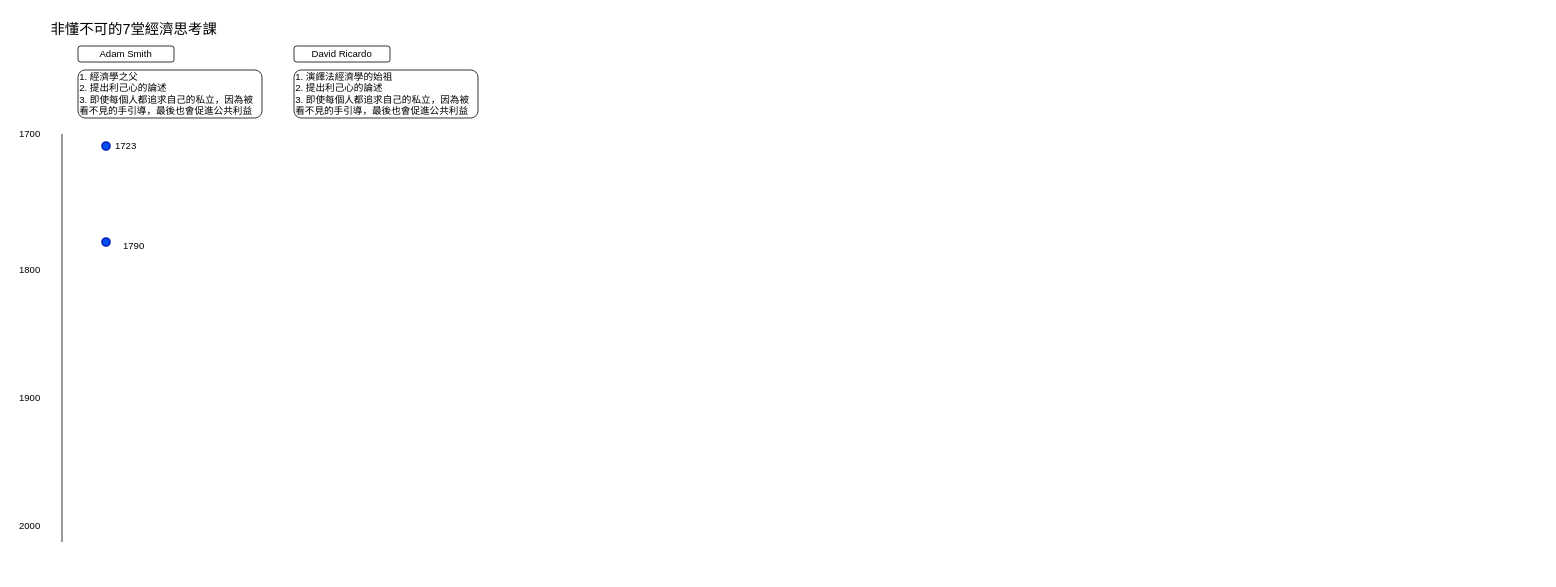
This is 非懂不可的7堂經濟思考課.drawio from nelsonchung/books, a draw.io file, before an edit. Source tidied: cells renumbered, new cells numbered last; positions are measured from the earlier drawing's top-left corner, leaving out a move shared by most shapes. Both pictures are drawn from the tidied source at 80%, with x=0, y=0 at pixel (14, 14).
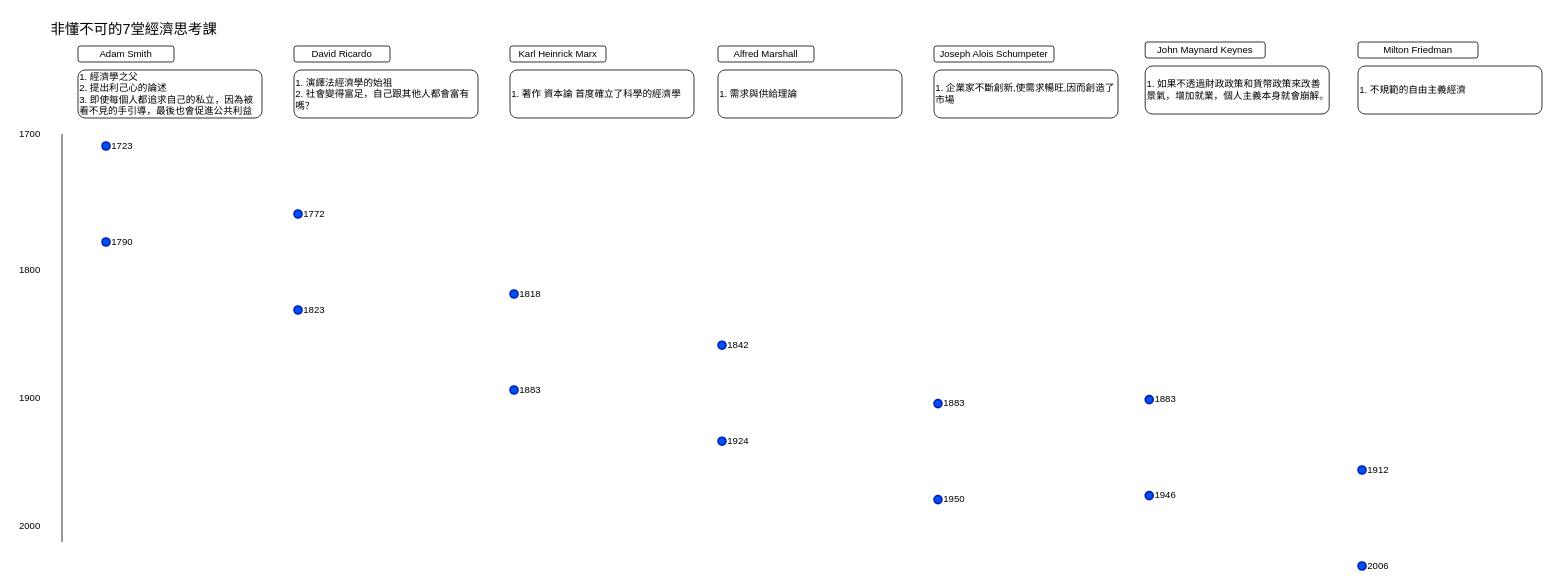
The same page after the edit.

Commit message:
已新增非懂不可的7堂經濟思考課.drawio

Diff of the diagram source:
```diff
@@
-    <mxCell id="11" value="1723" style="text;html=1;strokeColor=none;fillColor=none;align=center;verticalAlign=middle;whiteSpace=wrap;rounded=0;" parent="1" vertex="1">
+    <mxCell id="11" value="1723" style="text;html=1;strokeColor=none;fillColor=none;align=left;verticalAlign=middle;whiteSpace=wrap;rounded=0;" parent="1" vertex="1">
       <mxGeometry x="120" y="155" width="40" height="20" as="geometry" />
     </mxCell>
-    <mxCell id="12" value="1790" style="text;html=1;strokeColor=none;fillColor=none;align=center;verticalAlign=middle;whiteSpace=wrap;rounded=0;" parent="1" vertex="1">
-      <mxGeometry x="130" y="280" width="40" height="20" as="geometry" />
+    <mxCell id="12" value="1790" style="text;html=1;strokeColor=none;fillColor=none;align=left;verticalAlign=middle;whiteSpace=wrap;rounded=0;" parent="1" vertex="1">
+      <mxGeometry x="120" y="275" width="40" height="20" as="geometry" />
     </mxCell>
@@
-    <mxCell id="15" value="1. 演繹法經濟學的始祖&lt;br&gt;2. 提出利己心的論述&lt;br&gt;3. 即使每個人都追求自己的私立，因為被看不見的手引導，最後也會促進公共利益" style="rounded=1;whiteSpace=wrap;html=1;align=left;" parent="1" vertex="1">
+    <mxCell id="15" value="1. 演繹法經濟學的始祖&lt;br&gt;2. 社會變得富足，自己跟其他人都會富有嗎？" style="rounded=1;whiteSpace=wrap;html=1;align=left;" parent="1" vertex="1">
       <mxGeometry x="350" y="70" width="230" height="60" as="geometry" />
     </mxCell>
+    <mxCell id="16" style="strokeWidth=2;html=1;shape=mxgraph.flowchart.start_2;whiteSpace=wrap;fillColor=#0050ef;strokeColor=#001DBC;fontColor=#ffffff;" parent="1" vertex="1">
+      <mxGeometry x="350" y="245" width="10" height="10" as="geometry" />
+    </mxCell>
+    <mxCell id="17" style="strokeWidth=2;html=1;shape=mxgraph.flowchart.start_2;whiteSpace=wrap;fillColor=#0050ef;strokeColor=#001DBC;fontColor=#ffffff;" parent="1" vertex="1">
+      <mxGeometry x="350" y="365" width="10" height="10" as="geometry" />
+    </mxCell>
+    <mxCell id="18" value="1772" style="text;html=1;strokeColor=none;fillColor=none;align=left;verticalAlign=middle;whiteSpace=wrap;rounded=0;" parent="1" vertex="1">
+      <mxGeometry x="360" y="240" width="40" height="20" as="geometry" />
+    </mxCell>
+    <mxCell id="19" value="1823" style="text;html=1;strokeColor=none;fillColor=none;align=left;verticalAlign=middle;whiteSpace=wrap;rounded=0;" parent="1" vertex="1">
+      <mxGeometry x="360" y="360" width="40" height="20" as="geometry" />
+    </mxCell>
+    <mxCell id="20" value="Karl Heinrick Marx" style="rounded=1;whiteSpace=wrap;html=1;" parent="1" vertex="1">
+      <mxGeometry x="620" y="40" width="120" height="20" as="geometry" />
+    </mxCell>
+    <mxCell id="21" value="1. 著作 資本論 首度確立了科學的經濟學&lt;br&gt;" style="rounded=1;whiteSpace=wrap;html=1;align=left;" parent="1" vertex="1">
+      <mxGeometry x="620" y="70" width="230" height="60" as="geometry" />
+    </mxCell>
+    <mxCell id="22" style="strokeWidth=2;html=1;shape=mxgraph.flowchart.start_2;whiteSpace=wrap;fillColor=#0050ef;strokeColor=#001DBC;fontColor=#ffffff;" parent="1" vertex="1">
+      <mxGeometry x="620" y="345" width="10" height="10" as="geometry" />
+    </mxCell>
+    <mxCell id="23" style="strokeWidth=2;html=1;shape=mxgraph.flowchart.start_2;whiteSpace=wrap;fillColor=#0050ef;strokeColor=#001DBC;fontColor=#ffffff;" parent="1" vertex="1">
+      <mxGeometry x="620" y="465" width="10" height="10" as="geometry" />
+    </mxCell>
+    <mxCell id="24" value="1818" style="text;html=1;strokeColor=none;fillColor=none;align=left;verticalAlign=middle;whiteSpace=wrap;rounded=0;" parent="1" vertex="1">
+      <mxGeometry x="630" y="340" width="40" height="20" as="geometry" />
+    </mxCell>
+    <mxCell id="25" value="1883" style="text;html=1;strokeColor=none;fillColor=none;align=left;verticalAlign=middle;whiteSpace=wrap;rounded=0;" parent="1" vertex="1">
+      <mxGeometry x="630" y="460" width="40" height="20" as="geometry" />
+    </mxCell>
+    <mxCell id="26" value="Alfred Marshall" style="rounded=1;whiteSpace=wrap;html=1;" parent="1" vertex="1">
+      <mxGeometry x="880" y="40" width="120" height="20" as="geometry" />
+    </mxCell>
+    <mxCell id="27" value="1. 需求與供給理論" style="rounded=1;whiteSpace=wrap;html=1;align=left;" parent="1" vertex="1">
+      <mxGeometry x="880" y="70" width="230" height="60" as="geometry" />
+    </mxCell>
+    <mxCell id="28" style="strokeWidth=2;html=1;shape=mxgraph.flowchart.start_2;whiteSpace=wrap;fillColor=#0050ef;strokeColor=#001DBC;fontColor=#ffffff;" parent="1" vertex="1">
+      <mxGeometry x="880" y="409" width="10" height="10" as="geometry" />
+    </mxCell>
+    <mxCell id="29" style="strokeWidth=2;html=1;shape=mxgraph.flowchart.start_2;whiteSpace=wrap;fillColor=#0050ef;strokeColor=#001DBC;fontColor=#ffffff;" parent="1" vertex="1">
+      <mxGeometry x="880" y="529" width="10" height="10" as="geometry" />
+    </mxCell>
+    <mxCell id="30" value="1842" style="text;html=1;strokeColor=none;fillColor=none;align=left;verticalAlign=middle;whiteSpace=wrap;rounded=0;" parent="1" vertex="1">
+      <mxGeometry x="890" y="404" width="40" height="20" as="geometry" />
+    </mxCell>
+    <mxCell id="31" value="1924" style="text;html=1;strokeColor=none;fillColor=none;align=left;verticalAlign=middle;whiteSpace=wrap;rounded=0;" parent="1" vertex="1">
+      <mxGeometry x="890" y="524" width="40" height="20" as="geometry" />
+    </mxCell>
+    <mxCell id="32" value="Joseph Alois Schumpeter" style="rounded=1;whiteSpace=wrap;html=1;" parent="1" vertex="1">
+      <mxGeometry x="1150" y="40" width="150" height="20" as="geometry" />
+    </mxCell>
+    <mxCell id="33" value="1. 企業家不斷創新,使需求暢旺,因而創造了市場" style="rounded=1;whiteSpace=wrap;html=1;align=left;" parent="1" vertex="1">
+      <mxGeometry x="1150" y="70" width="230" height="60" as="geometry" />
+    </mxCell>
+    <mxCell id="34" style="strokeWidth=2;html=1;shape=mxgraph.flowchart.start_2;whiteSpace=wrap;fillColor=#0050ef;strokeColor=#001DBC;fontColor=#ffffff;" parent="1" vertex="1">
+      <mxGeometry x="1150" y="482" width="10" height="10" as="geometry" />
+    </mxCell>
+    <mxCell id="35" style="strokeWidth=2;html=1;shape=mxgraph.flowchart.start_2;whiteSpace=wrap;fillColor=#0050ef;strokeColor=#001DBC;fontColor=#ffffff;" parent="1" vertex="1">
+      <mxGeometry x="1150" y="602" width="10" height="10" as="geometry" />
+    </mxCell>
+    <mxCell id="36" value="1883" style="text;html=1;strokeColor=none;fillColor=none;align=left;verticalAlign=middle;whiteSpace=wrap;rounded=0;" parent="1" vertex="1">
+      <mxGeometry x="1160" y="477" width="40" height="20" as="geometry" />
+    </mxCell>
+    <mxCell id="37" value="1950" style="text;html=1;strokeColor=none;fillColor=none;align=left;verticalAlign=middle;whiteSpace=wrap;rounded=0;" parent="1" vertex="1">
+      <mxGeometry x="1160" y="597" width="40" height="20" as="geometry" />
+    </mxCell>
+    <mxCell id="38" value="John Maynard Keynes" style="rounded=1;whiteSpace=wrap;html=1;" parent="1" vertex="1">
+      <mxGeometry x="1414" y="35" width="150" height="20" as="geometry" />
+    </mxCell>
+    <mxCell id="39" value="1. 如果不透過財政政策和貨幣政策來改善景氣，增加就業，個人主義本身就會崩解。" style="rounded=1;whiteSpace=wrap;html=1;align=left;" parent="1" vertex="1">
+      <mxGeometry x="1414" y="65" width="230" height="60" as="geometry" />
+    </mxCell>
+    <mxCell id="40" style="strokeWidth=2;html=1;shape=mxgraph.flowchart.start_2;whiteSpace=wrap;fillColor=#0050ef;strokeColor=#001DBC;fontColor=#ffffff;" parent="1" vertex="1">
+      <mxGeometry x="1414" y="477" width="10" height="10" as="geometry" />
+    </mxCell>
+    <mxCell id="41" style="strokeWidth=2;html=1;shape=mxgraph.flowchart.start_2;whiteSpace=wrap;fillColor=#0050ef;strokeColor=#001DBC;fontColor=#ffffff;" parent="1" vertex="1">
+      <mxGeometry x="1414" y="597" width="10" height="10" as="geometry" />
+    </mxCell>
+    <mxCell id="42" value="1883" style="text;html=1;strokeColor=none;fillColor=none;align=left;verticalAlign=middle;whiteSpace=wrap;rounded=0;" parent="1" vertex="1">
+      <mxGeometry x="1424" y="472" width="40" height="20" as="geometry" />
+    </mxCell>
+    <mxCell id="43" value="1946" style="text;html=1;strokeColor=none;fillColor=none;align=left;verticalAlign=middle;whiteSpace=wrap;rounded=0;" parent="1" vertex="1">
+      <mxGeometry x="1424" y="592" width="40" height="20" as="geometry" />
+    </mxCell>
+    <mxCell id="44" value="Milton Friedman" style="rounded=1;whiteSpace=wrap;html=1;" parent="1" vertex="1">
+      <mxGeometry x="1680" y="35" width="150" height="20" as="geometry" />
+    </mxCell>
+    <mxCell id="45" value="1. 不規範的自由主義經濟" style="rounded=1;whiteSpace=wrap;html=1;align=left;" parent="1" vertex="1">
+      <mxGeometry x="1680" y="65" width="230" height="60" as="geometry" />
+    </mxCell>
+    <mxCell id="46" style="strokeWidth=2;html=1;shape=mxgraph.flowchart.start_2;whiteSpace=wrap;fillColor=#0050ef;strokeColor=#001DBC;fontColor=#ffffff;" parent="1" vertex="1">
+      <mxGeometry x="1680" y="565" width="10" height="10" as="geometry" />
+    </mxCell>
+    <mxCell id="47" style="strokeWidth=2;html=1;shape=mxgraph.flowchart.start_2;whiteSpace=wrap;fillColor=#0050ef;strokeColor=#001DBC;fontColor=#ffffff;" parent="1" vertex="1">
+      <mxGeometry x="1680" y="685" width="10" height="10" as="geometry" />
+    </mxCell>
+    <mxCell id="48" value="1912" style="text;html=1;strokeColor=none;fillColor=none;align=left;verticalAlign=middle;whiteSpace=wrap;rounded=0;" parent="1" vertex="1">
+      <mxGeometry x="1690" y="560" width="40" height="20" as="geometry" />
+    </mxCell>
+    <mxCell id="49" value="2006" style="text;html=1;strokeColor=none;fillColor=none;align=left;verticalAlign=middle;whiteSpace=wrap;rounded=0;" parent="1" vertex="1">
+      <mxGeometry x="1690" y="680" width="40" height="20" as="geometry" />
+    </mxCell>
```
